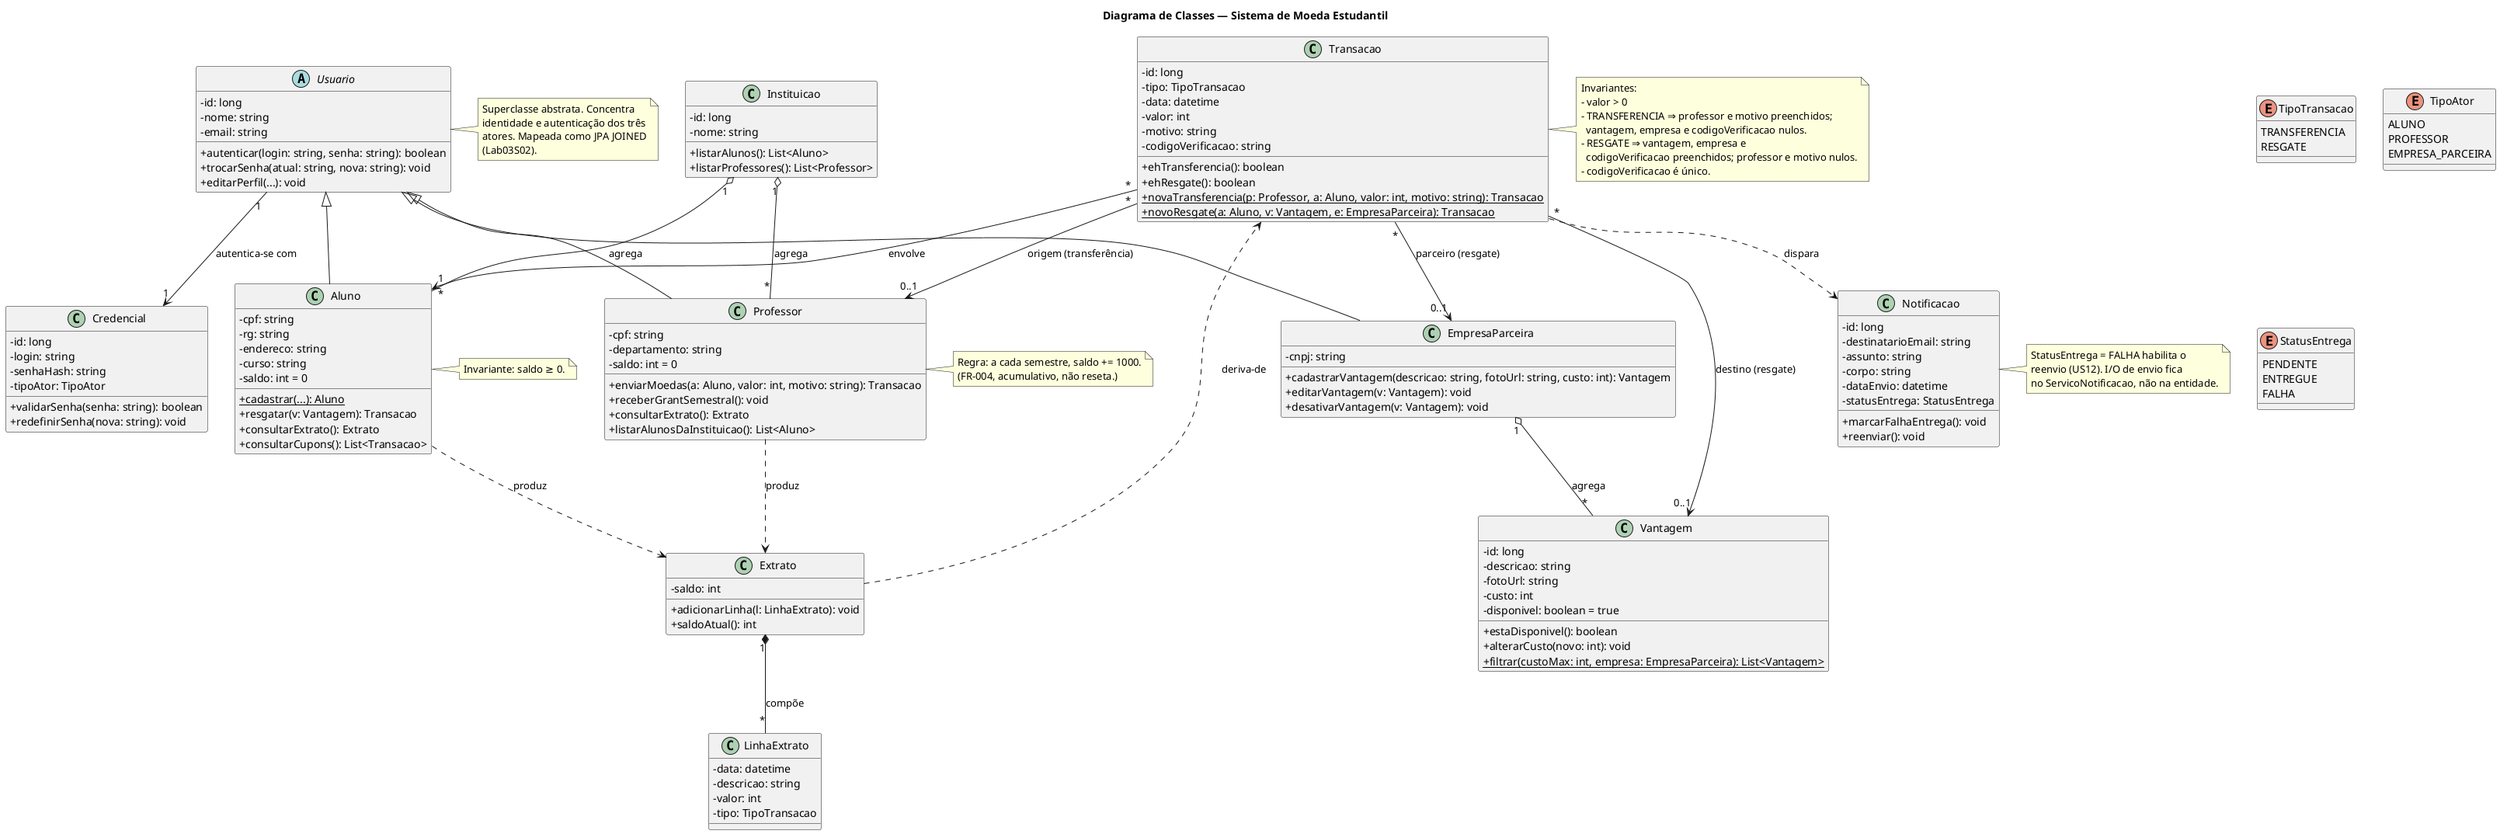
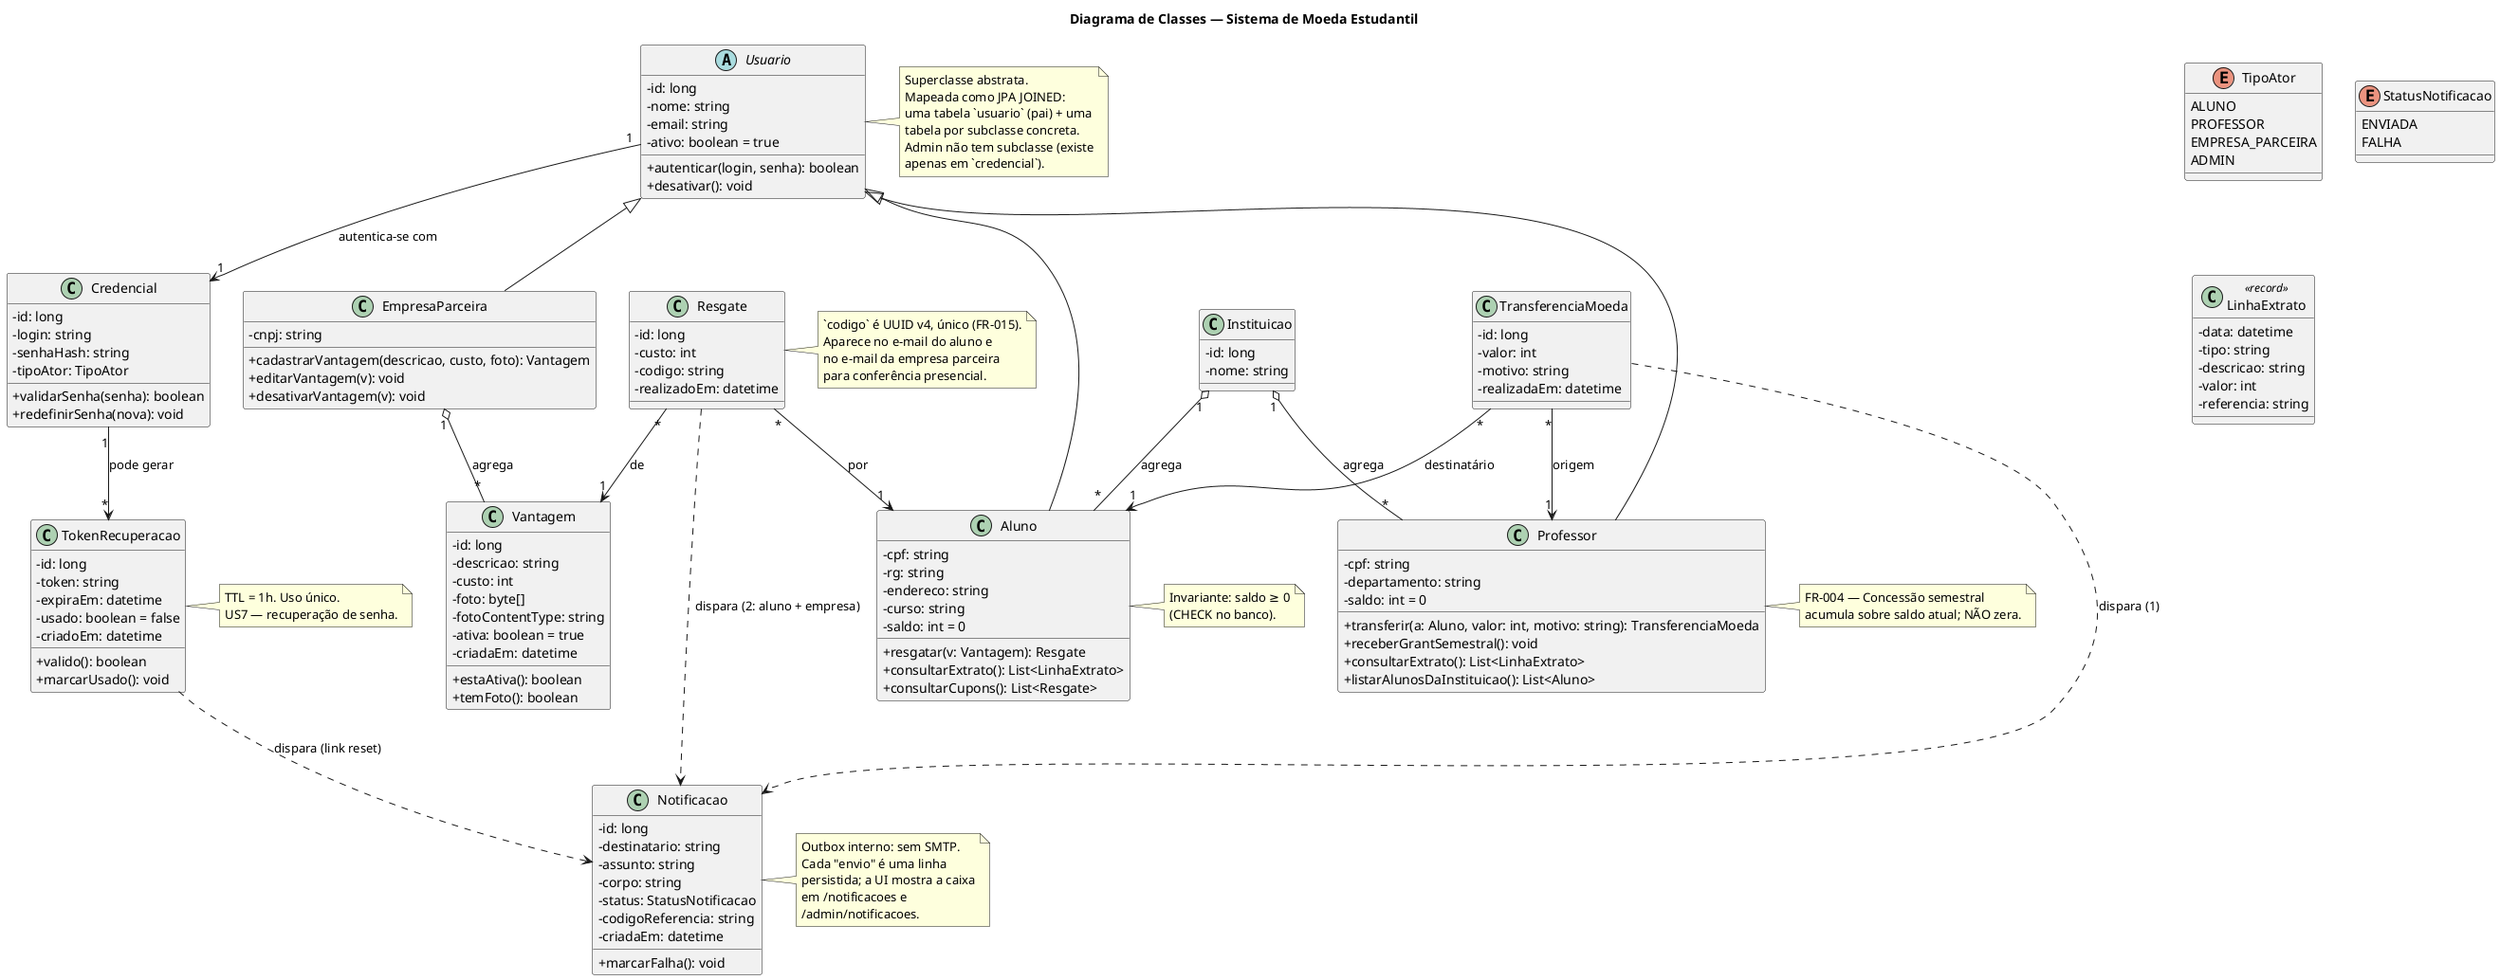
@startuml class
- ' Diagrama de Classes — Sistema de Moeda Estudantil (Lab03S01)
- ' Fonte: data-model.md + user-stories.md (US6–US12)
- ' Notação: atributos em português; tipos conceituais (int, string, etc.).
+ ' Diagrama de Classes — Sistema de Moeda Estudantil (Lab03S03 final)
+ ' Reflete o modelo de domínio realmente implementado: TransferenciaMoeda
+ ' e Resgate como entidades separadas (decisão de Fase 2/3), Notificacao
+ ' como outbox interno, TokenRecuperacao para reset.

skinparam shadowing false
skinparam classAttributeIconSize 0
title Diagrama de Classes — Sistema de Moeda Estudantil

- enum TipoTransacao {
-   TRANSFERENCIA
-   RESGATE
- }
- 
enum TipoAtor {
  ALUNO
  PROFESSOR
  EMPRESA_PARCEIRA
+   ADMIN
}

- enum StatusEntrega {
-   PENDENTE
-   ENTREGUE
+ enum StatusNotificacao {
+   ENVIADA
  FALHA
}

abstract class Usuario {
  - id: long
  - nome: string
  - email: string
-   + autenticar(login: string, senha: string): boolean
-   + trocarSenha(atual: string, nova: string): void
-   + editarPerfil(...): void
+   - ativo: boolean = true
+   + autenticar(login, senha): boolean
+   + desativar(): void
}

class Credencial {
  - id: long
  - login: string
  - senhaHash: string
  - tipoAtor: TipoAtor
-   + validarSenha(senha: string): boolean
-   + redefinirSenha(nova: string): void
+   + validarSenha(senha): boolean
+   + redefinirSenha(nova): void
}

class Instituicao {
  - id: long
  - nome: string
-   + listarAlunos(): List<Aluno>
-   + listarProfessores(): List<Professor>
}

class Aluno {
  - cpf: string
  - rg: string
  - endereco: string
  - curso: string
  - saldo: int = 0
-   + {static} cadastrar(...): Aluno
-   + resgatar(v: Vantagem): Transacao
-   + consultarExtrato(): Extrato
-   + consultarCupons(): List<Transacao>
+   + resgatar(v: Vantagem): Resgate
+   + consultarExtrato(): List<LinhaExtrato>
+   + consultarCupons(): List<Resgate>
}

class Professor {
  - cpf: string
  - departamento: string
  - saldo: int = 0
-   + enviarMoedas(a: Aluno, valor: int, motivo: string): Transacao
+   + transferir(a: Aluno, valor: int, motivo: string): TransferenciaMoeda
  + receberGrantSemestral(): void
-   + consultarExtrato(): Extrato
+   + consultarExtrato(): List<LinhaExtrato>
  + listarAlunosDaInstituicao(): List<Aluno>
}

class EmpresaParceira {
  - cnpj: string
-   + cadastrarVantagem(descricao: string, fotoUrl: string, custo: int): Vantagem
-   + editarVantagem(v: Vantagem): void
-   + desativarVantagem(v: Vantagem): void
+   + cadastrarVantagem(descricao, custo, foto): Vantagem
+   + editarVantagem(v): void
+   + desativarVantagem(v): void
}

class Vantagem {
  - id: long
  - descricao: string
-   - fotoUrl: string
  - custo: int
-   - disponivel: boolean = true
-   + estaDisponivel(): boolean
-   + alterarCusto(novo: int): void
-   + {static} filtrar(custoMax: int, empresa: EmpresaParceira): List<Vantagem>
+   - foto: byte[]
+   - fotoContentType: string
+   - ativa: boolean = true
+   - criadaEm: datetime
+   + estaAtiva(): boolean
+   + temFoto(): boolean
}

- class Transacao {
+ class TransferenciaMoeda {
  - id: long
-   - tipo: TipoTransacao
-   - data: datetime
  - valor: int
  - motivo: string
-   - codigoVerificacao: string
-   + ehTransferencia(): boolean
-   + ehResgate(): boolean
-   + {static} novaTransferencia(p: Professor, a: Aluno, valor: int, motivo: string): Transacao
-   + {static} novoResgate(a: Aluno, v: Vantagem, e: EmpresaParceira): Transacao
+   - realizadaEm: datetime
}

- class Extrato {
-   - saldo: int
-   + adicionarLinha(l: LinhaExtrato): void
-   + saldoAtual(): int
- }
- 
- class LinhaExtrato {
-   - data: datetime
-   - descricao: string
-   - valor: int
-   - tipo: TipoTransacao
+ class Resgate {
+   - id: long
+   - custo: int
+   - codigo: string
+   - realizadoEm: datetime
}

class Notificacao {
  - id: long
-   - destinatarioEmail: string
+   - destinatario: string
  - assunto: string
  - corpo: string
-   - dataEnvio: datetime
-   - statusEntrega: StatusEntrega
-   + marcarFalhaEntrega(): void
-   + reenviar(): void
+   - status: StatusNotificacao
+   - codigoReferencia: string
+   - criadaEm: datetime
+   + marcarFalha(): void
+ }
+ 
+ class TokenRecuperacao {
+   - id: long
+   - token: string
+   - expiraEm: datetime
+   - usado: boolean = false
+   - criadoEm: datetime
+   + valido(): boolean
+   + marcarUsado(): void
+ }
+ 
+ ' Value-object usado pela UI para consolidar transferências + resgates por aluno
+ class LinhaExtrato <<record>> {
+   - data: datetime
+   - tipo: string
+   - descricao: string
+   - valor: int
+   - referencia: string
}

' === Herança ===
Usuario <|-- Aluno
Usuario <|-- Professor
Usuario <|-- EmpresaParceira

- ' === Composição (vida-de) ===
- Extrato "1" *-- "*" LinhaExtrato : compõe
- 
' === Agregação (tem-um, vida própria) ===
Instituicao     "1" o-- "*" Aluno     : agrega
Instituicao     "1" o-- "*" Professor : agrega
EmpresaParceira "1" o-- "*" Vantagem  : agrega

- ' === Associações simples ===
+ ' === Associações ===
Usuario "1" --> "1" Credencial : autentica-se com
+ Credencial "1" --> "*" TokenRecuperacao : pode gerar

- ' Transação como associação N-ária entre Aluno/Professor/Vantagem/Empresa
- Transacao "*" --> "1"    Aluno           : envolve
- Transacao "*" --> "0..1" Professor       : origem (transferência)
- Transacao "*" --> "0..1" Vantagem        : destino (resgate)
- Transacao "*" --> "0..1" EmpresaParceira : parceiro (resgate)
+ ' Transferência: Professor → Aluno
+ TransferenciaMoeda "*" --> "1" Professor : origem
+ TransferenciaMoeda "*" --> "1" Aluno     : destinatário

- ' Extrato é produzido por Aluno e Professor a partir de Transações
- Aluno     ..> Extrato : produz
- Professor ..> Extrato : produz
- Extrato   ..> Transacao : deriva-de
+ ' Resgate: Aluno → Vantagem
+ Resgate "*" --> "1" Aluno    : por
+ Resgate "*" --> "1" Vantagem : de

- ' Notificação é gerada por transações
- Transacao ..> Notificacao : dispara
- 
- note right of Transacao
-   Invariantes:
-   - valor > 0
-   - TRANSFERENCIA ⇒ professor e motivo preenchidos;
-     vantagem, empresa e codigoVerificacao nulos.
-   - RESGATE ⇒ vantagem, empresa e
-     codigoVerificacao preenchidos; professor e motivo nulos.
-   - codigoVerificacao é único.
- end note
+ ' Eventos que disparam notificação
+ TransferenciaMoeda ..> Notificacao : "dispara (1)"
+ Resgate            ..> Notificacao : "dispara (2: aluno + empresa)"
+ TokenRecuperacao   ..> Notificacao : "dispara (link reset)"

note right of Professor
-   Regra: a cada semestre, saldo += 1000.
-   (FR-004, acumulativo, não reseta.)
+   FR-004 — Concessão semestral
+   acumula sobre saldo atual; NÃO zera.
end note

note right of Aluno
-   Invariante: saldo ≥ 0.
+   Invariante: saldo ≥ 0
+   (CHECK no banco).
end note

note right of Usuario
-   Superclasse abstrata. Concentra
-   identidade e autenticação dos três
-   atores. Mapeada como JPA JOINED
-   (Lab03S02).
+   Superclasse abstrata.
+   Mapeada como JPA JOINED:
+   uma tabela `usuario` (pai) + uma
+   tabela por subclasse concreta.
+   Admin não tem subclasse (existe
+   apenas em `credencial`).
+ end note
+ 
+ note right of Resgate
+   `codigo` é UUID v4, único (FR-015).
+   Aparece no e-mail do aluno e
+   no e-mail da empresa parceira
+   para conferência presencial.
end note

note right of Notificacao
-   StatusEntrega = FALHA habilita o
-   reenvio (US12). I/O de envio fica
-   no ServicoNotificacao, não na entidade.
+   Outbox interno: sem SMTP.
+   Cada "envio" é uma linha
+   persistida; a UI mostra a caixa
+   em /notificacoes e
+   /admin/notificacoes.
+ end note
+ 
+ note right of TokenRecuperacao
+   TTL = 1h. Uso único.
+   US7 — recuperação de senha.
end note

@enduml
